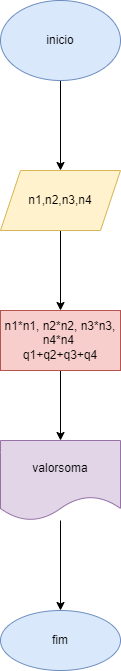
Earlier version of the draw.io export aula_fluxo/calculo4numeros.drawio.png (ProjetosNicolasGarcia/AulasPA). Source tidied: cells renumbered, new cells last; positions are measured from the earlier drawing's top-left corner, leaving out a move shared by most shapes.
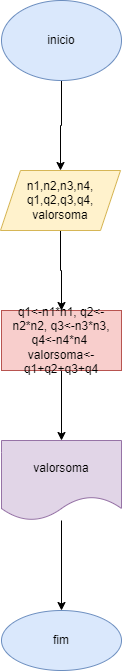
After the change.

Change to the diagram source:
```diff
@@ -11,13 +11,13 @@
     <mxCell id="4" style="edgeStyle=orthogonalEdgeStyle;rounded=0;jettySize=auto;html=1;" parent="1" edge="1" source="5" target="7">
       <mxGeometry relative="1" as="geometry" />
     </mxCell>
-    <mxCell id="5" value="n1,n2,n3,n4" style="shape=parallelogram;perimeter=parallelogramPerimeter;whiteSpace=wrap;html=1;fixedSize=1;fillColor=#fff2cc;strokeColor=#d6b656;" parent="1" vertex="1">
-      <mxGeometry y="170" width="120" height="60" as="geometry" />
+    <mxCell id="5" value="n1,n2,n3,n4,&lt;br&gt;q1,q2,q3,q4,&lt;br&gt;valorsoma" style="shape=parallelogram;perimeter=parallelogramPerimeter;whiteSpace=wrap;html=1;fixedSize=1;fillColor=#fff2cc;strokeColor=#d6b656;" parent="1" vertex="1">
+      <mxGeometry x="-1" y="170" width="120" height="60" as="geometry" />
     </mxCell>
     <mxCell id="6" style="edgeStyle=orthogonalEdgeStyle;rounded=0;jettySize=auto;html=1;" parent="1" edge="1" source="7" target="9">
       <mxGeometry relative="1" as="geometry" />
     </mxCell>
-    <mxCell id="7" value="n1*n1, n2*n2, n3*n3, n4*n4&amp;nbsp;&lt;br&gt;q1+q2+q3+q4" style="whiteSpace=wrap;html=1;fillColor=#f8cecc;strokeColor=#b85450;" parent="1" vertex="1">
+    <mxCell id="7" value="q1&amp;lt;-n1*n1, q2&amp;lt;-n2*n2, q3&amp;lt;-n3*n3, q4&amp;lt;-n4*n4&amp;nbsp;&lt;br&gt;valorsoma&amp;lt;-q1+q2+q3+q4" style="whiteSpace=wrap;html=1;fillColor=#f8cecc;strokeColor=#b85450;" parent="1" vertex="1">
       <mxGeometry y="310" width="120" height="60" as="geometry" />
     </mxCell>
     <mxCell id="8" style="edgeStyle=orthogonalEdgeStyle;rounded=0;jettySize=auto;html=1;" parent="1" edge="1" source="9" target="10">
```
